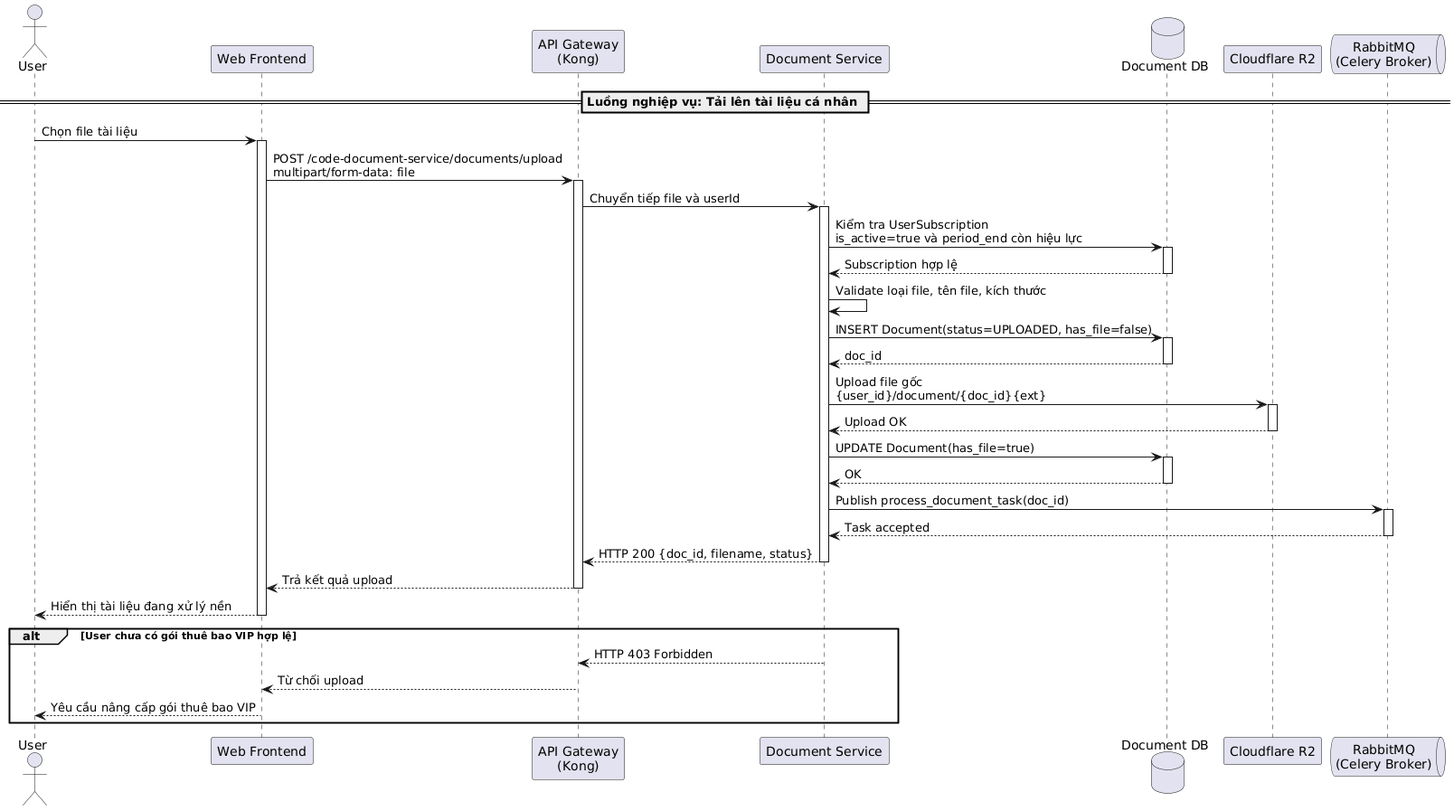
This is temp/05-sequence/UML-Sequence-38.png from 20206205Tech/docs-uml, a PlantUML export, as it was before one commit.
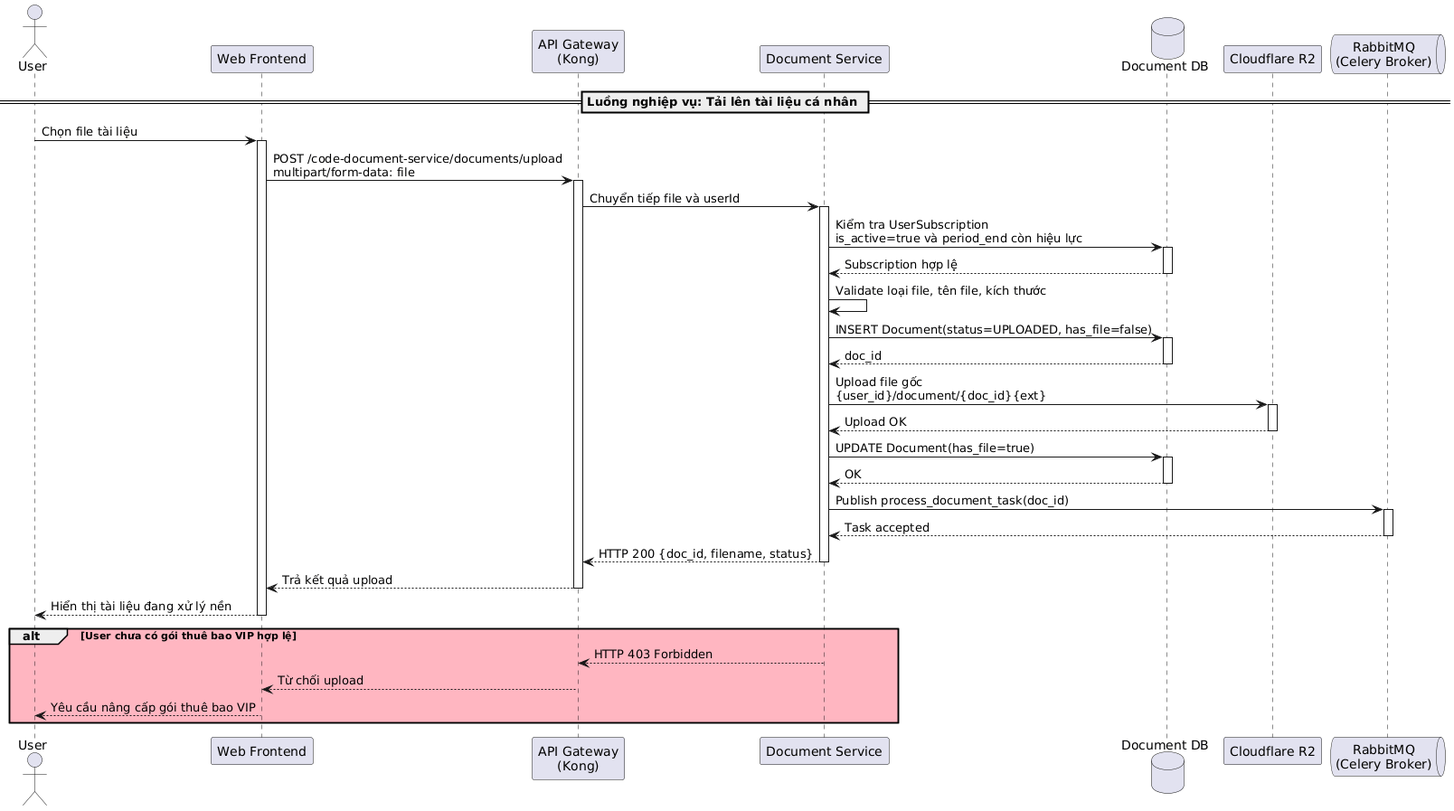
The same diagram one commit later.

The edit, as a diff of the source:
```diff
@@ -50,7 +50,7 @@
 Frontend --> User: Hiển thị tài liệu đang xử lý nền
 deactivate Frontend
 
-alt User chưa có gói thuê bao VIP hợp lệ
+alt #LightPink User chưa có gói thuê bao VIP hợp lệ
     DocumentService --> Kong: HTTP 403 Forbidden
     Kong --> Frontend: Từ chối upload
     Frontend --> User: Yêu cầu nâng cấp gói thuê bao VIP
```
